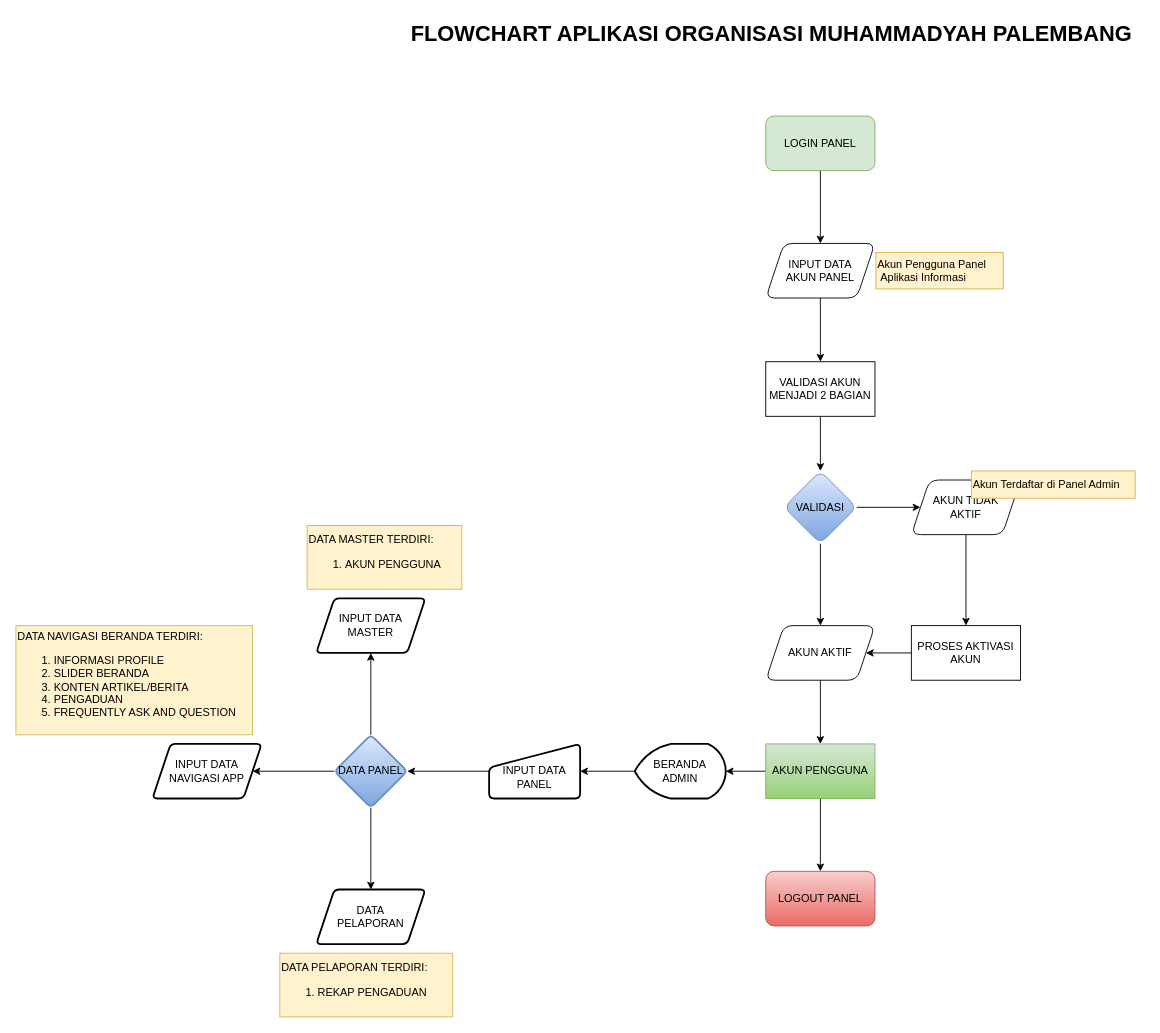
This is AppInfo.drawio from redhorivai/app-web-organisasi-muhammadyah, a draw.io file, before an edit. Source tidied: cells renumbered, new cells numbered last; positions are measured from the earlier drawing's top-left corner, leaving out a move shared by most shapes. Both pictures are drawn from the tidied source at 91%, with x=0, y=0 at pixel (15, 15).
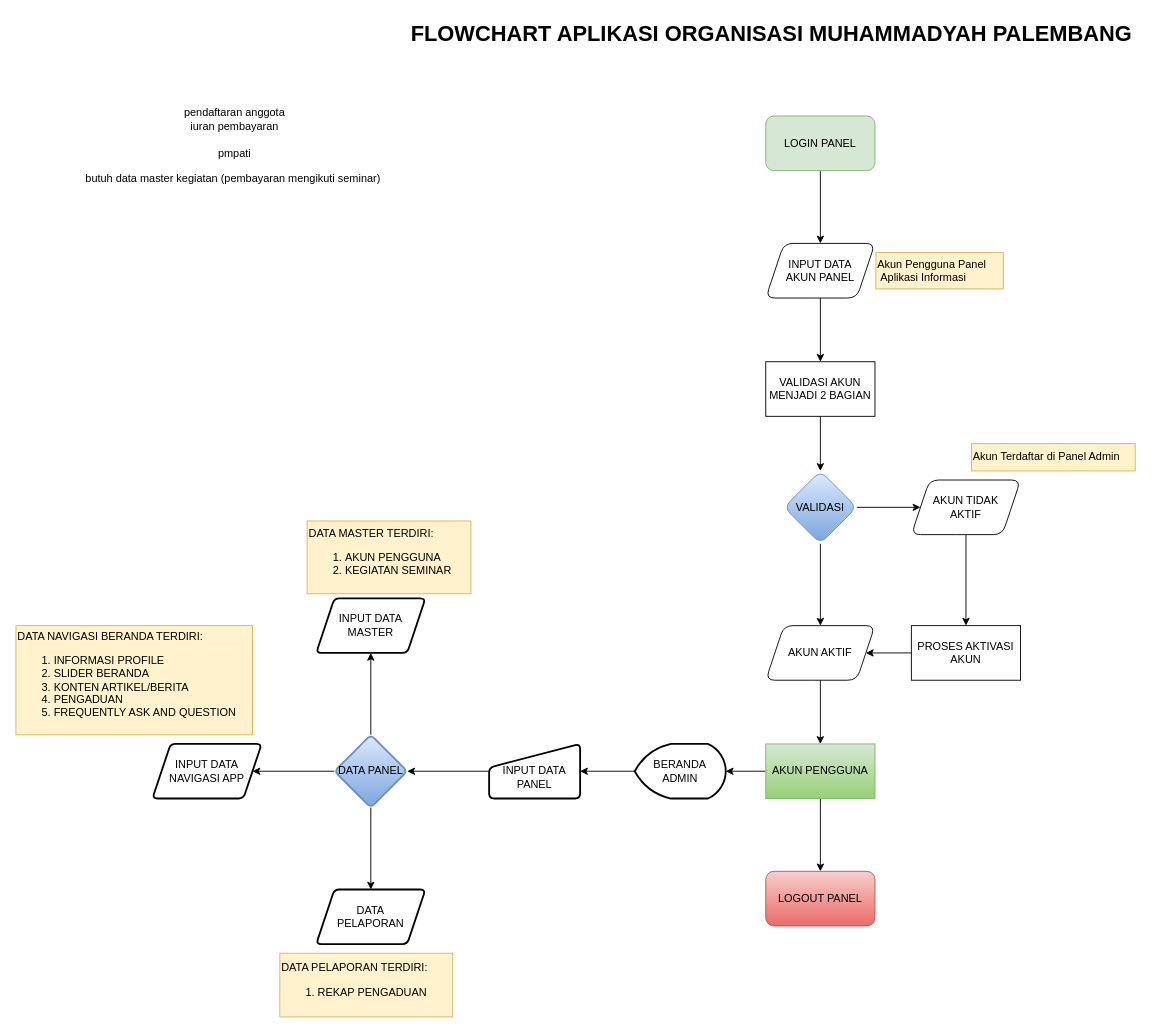
The same page after the edit.

What changed in the source:
```diff
@@
-    <mxCell id="31" value="&lt;div style=&quot;&quot;&gt;DATA MASTER TERDIRI:&lt;/div&gt;&lt;div style=&quot;&quot;&gt;&lt;ol&gt;&lt;li&gt;AKUN PENGGUNA&lt;/li&gt;&lt;/ol&gt;&lt;/div&gt;" style="text;html=1;align=left;verticalAlign=middle;strokeColor=#d6b656;fillColor=#fff2cc;" parent="1" vertex="1">
-      <mxGeometry x="320" y="560" width="170" height="70" as="geometry" />
+    <mxCell id="31" value="&lt;div style=&quot;&quot;&gt;DATA MASTER TERDIRI:&lt;/div&gt;&lt;div style=&quot;&quot;&gt;&lt;ol&gt;&lt;li&gt;AKUN PENGGUNA&lt;/li&gt;&lt;li&gt;KEGIATAN SEMINAR&lt;/li&gt;&lt;/ol&gt;&lt;/div&gt;" style="text;html=1;align=left;verticalAlign=middle;strokeColor=#d6b656;fillColor=#fff2cc;" parent="1" vertex="1">
+      <mxGeometry x="320" y="555" width="180" height="80" as="geometry" />
     </mxCell>
@@
     <mxCell id="36" value="Akun Terdaftar di Panel Admin" style="text;html=1;align=left;verticalAlign=middle;strokeColor=#d6b656;fillColor=#fff2cc;" parent="1" vertex="1">
-      <mxGeometry x="1050" y="500" width="180" height="30" as="geometry" />
+      <mxGeometry x="1050" y="470" width="180" height="30" as="geometry" />
     </mxCell>
@@
+    <mxCell id="38" value="pendaftaran anggota&lt;br&gt;iuran pembayaran&lt;br&gt;&lt;br&gt;pmpati&lt;br&gt;&lt;br&gt;butuh data master kegiatan (pembayaran mengikuti seminar)&amp;nbsp;" style="text;html=1;align=center;verticalAlign=middle;strokeColor=none;fillColor=none;" parent="1" vertex="1">
+      <mxGeometry x="65" y="93" width="350" height="100" as="geometry" />
+    </mxCell>
```
